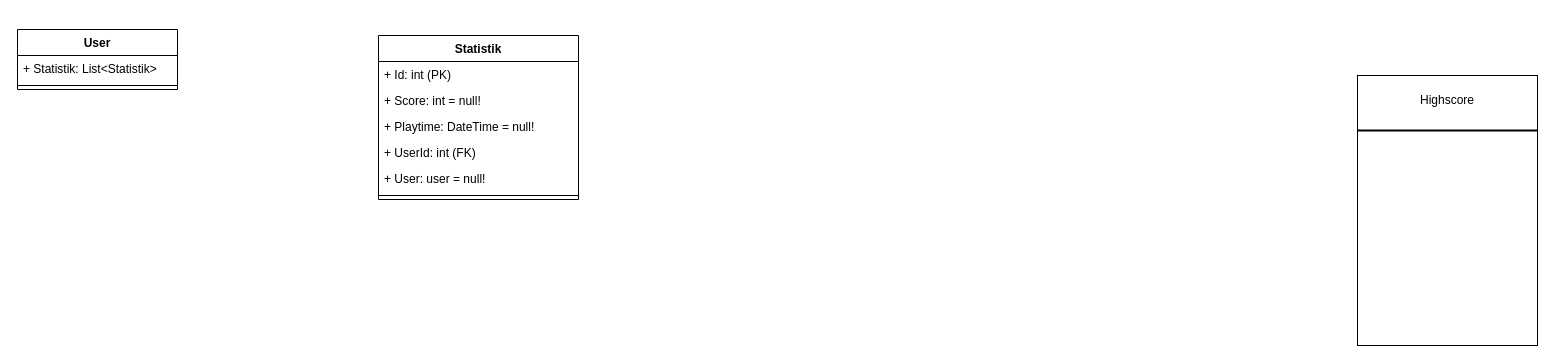
The draw.io diagram Doppelt_UML.drawio in BaranAlg/Multitool-Project, before the edit. Source tidied: cells renumbered, new cells numbered last; positions are measured from the earlier drawing's top-left corner, leaving out a move shared by most shapes. Both pictures are drawn from the tidied source at 100%, with x=0, y=0 at pixel (17, 29).
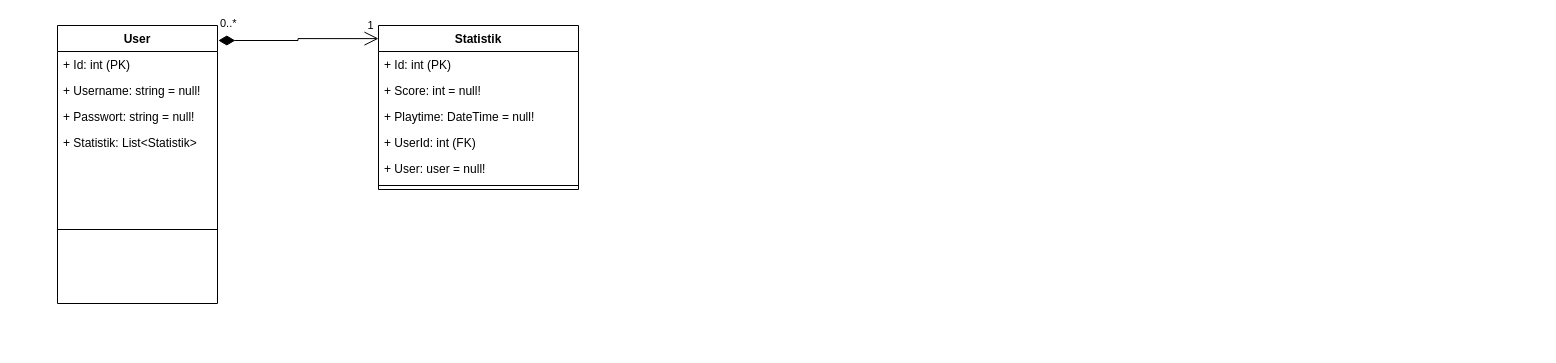
After the change.

Diff of the diagram source:
```diff
@@
 <mxGraphModel>
   <root>
     <mxCell id="0" />
     <mxCell id="1" parent="0" />
-    <mxCell id="2" style="rounded=0;whiteSpace=wrap;html=1;" parent="1" vertex="1">
-      <mxGeometry x="1340" y="46" width="180" height="270" as="geometry" />
-    </mxCell>
-    <mxCell id="3" value="Highscore" style="text;strokeColor=none;align=center;fillColor=none;html=1;verticalAlign=middle;whiteSpace=wrap;rounded=0;" parent="1" vertex="1">
-      <mxGeometry x="1400" y="56" width="60" height="30" as="geometry" />
-    </mxCell>
-    <mxCell id="4" style="line;strokeWidth=2;html=1;" parent="1" vertex="1">
-      <mxGeometry x="1340" y="96" width="180" height="10" as="geometry" />
-    </mxCell>
     <mxCell id="5" value="Statistik" style="swimlane;fontStyle=1;align=center;verticalAlign=top;horizontal=1;startSize=26;whiteSpace=wrap;html=1;" parent="1" vertex="1">
-      <mxGeometry x="361" y="6" width="200" height="164" as="geometry" />
+      <mxGeometry x="361" y="-4" width="200" height="164" as="geometry" />
     </mxCell>
     <mxCell id="6" value="+ Id: int (PK)" style="text;strokeColor=none;fillColor=none;align=left;verticalAlign=top;spacingLeft=4;spacingRight=4;overflow=hidden;whiteSpace=wrap;html=1;" parent="5" vertex="1">
       <mxGeometry y="26" width="200" height="26" as="geometry" />
     </mxCell>
     <mxCell id="7" value="+ Score: int = null!" style="text;strokeColor=none;fillColor=none;align=left;verticalAlign=top;spacingLeft=4;spacingRight=4;overflow=hidden;whiteSpace=wrap;html=1;" parent="5" vertex="1">
       <mxGeometry y="52" width="200" height="26" as="geometry" />
     </mxCell>
     <mxCell id="8" value="+ Playtime: DateTime = null!" style="text;strokeColor=none;fillColor=none;align=left;verticalAlign=top;spacingLeft=4;spacingRight=4;overflow=hidden;whiteSpace=wrap;html=1;" parent="5" vertex="1">
       <mxGeometry y="78" width="200" height="26" as="geometry" />
     </mxCell>
     <mxCell id="9" value="+ UserId: int (FK)" style="text;strokeColor=none;fillColor=none;align=left;verticalAlign=top;spacingLeft=4;spacingRight=4;overflow=hidden;whiteSpace=wrap;html=1;" parent="5" vertex="1">
       <mxGeometry y="104" width="200" height="26" as="geometry" />
     </mxCell>
     <mxCell id="10" value="+ User: user = null!" style="text;strokeColor=none;fillColor=none;align=left;verticalAlign=top;spacingLeft=4;spacingRight=4;overflow=hidden;whiteSpace=wrap;html=1;" parent="5" vertex="1">
       <mxGeometry y="130" width="200" height="26" as="geometry" />
     </mxCell>
     <mxCell id="11" style="line;strokeWidth=1;fillColor=none;align=left;verticalAlign=middle;spacingTop=-1;spacingLeft=3;spacingRight=3;labelPosition=right;strokeColor=inherit;" parent="5" vertex="1">
       <mxGeometry y="156" width="200" height="8" as="geometry" />
     </mxCell>
     <mxCell id="12" value="User" style="swimlane;fontStyle=1;align=center;verticalAlign=top;horizontal=1;startSize=26;whiteSpace=wrap;html=1;" parent="1" vertex="1">
-      <mxGeometry width="160" height="60" as="geometry" />
+      <mxGeometry x="40" y="-4" width="160" height="278" as="geometry" />
     </mxCell>
+    <mxCell id="15" value="+ Id: int (PK)" style="text;strokeColor=none;fillColor=none;align=left;verticalAlign=top;spacingLeft=4;spacingRight=4;overflow=hidden;whiteSpace=wrap;html=1;" parent="12" vertex="1">
+      <mxGeometry y="26" width="160" height="26" as="geometry" />
+    </mxCell>
+    <mxCell id="16" value="&lt;div&gt;+ Username: string = null!&lt;/div&gt;" style="text;strokeColor=none;fillColor=none;align=left;verticalAlign=top;spacingLeft=4;spacingRight=4;overflow=hidden;whiteSpace=wrap;html=1;" parent="12" vertex="1">
+      <mxGeometry y="52" width="160" height="26" as="geometry" />
+    </mxCell>
-    <mxCell id="13" value="+ Statistik: List&amp;lt;Statistik&amp;gt;" style="text;strokeColor=none;fillColor=none;align=left;verticalAlign=top;spacingLeft=4;spacingRight=4;overflow=hidden;whiteSpace=wrap;html=1;" parent="12" vertex="1">
-      <mxGeometry y="26" width="160" height="26" as="geometry" />
+    <mxCell id="13" value="&lt;div&gt;+ Passwort: string = null!&lt;/div&gt;" style="text;strokeColor=none;fillColor=none;align=left;verticalAlign=top;spacingLeft=4;spacingRight=4;overflow=hidden;whiteSpace=wrap;html=1;" parent="12" vertex="1">
+      <mxGeometry y="78" width="160" height="26" as="geometry" />
     </mxCell>
+    <mxCell id="17" value="+ Statistik: List&amp;lt;Statistik&amp;gt;&lt;div&gt;&lt;br&gt;&lt;/div&gt;&lt;div&gt;&lt;br&gt;&lt;/div&gt;" style="text;strokeColor=none;fillColor=none;align=left;verticalAlign=top;spacingLeft=4;spacingRight=4;overflow=hidden;whiteSpace=wrap;html=1;" parent="12" vertex="1">
+      <mxGeometry y="104" width="160" height="26" as="geometry" />
+    </mxCell>
     <mxCell id="14" style="line;strokeWidth=1;fillColor=none;align=left;verticalAlign=middle;spacingTop=-1;spacingLeft=3;spacingRight=3;labelPosition=right;strokeColor=inherit;" parent="12" vertex="1">
-      <mxGeometry y="52" width="160" height="8" as="geometry" />
+      <mxGeometry y="130" width="160" height="148" as="geometry" />
     </mxCell>
+    <mxCell id="18" value="0..*" style="endArrow=open;html=1;endSize=12;startArrow=diamondThin;startSize=14;startFill=1;edgeStyle=orthogonalEdgeStyle;align=left;verticalAlign=bottom;rounded=0;entryX=0;entryY=0.08;entryDx=0;entryDy=0;exitX=1.005;exitY=0.054;exitDx=0;exitDy=0;exitPerimeter=0;entryPerimeter=0;" parent="1" edge="1" source="12" target="5">
+      <mxGeometry x="-1" y="8" relative="1" as="geometry" />
+    </mxCell>
+    <mxCell id="19" value="1" style="edgeLabel;html=1;align=center;verticalAlign=middle;" parent="18" vertex="1">
+      <mxGeometry x="0.85" y="1" relative="1" as="geometry">
+        <mxPoint x="4" y="-13" as="offset" />
+      </mxGeometry>
+    </mxCell>
   </root>
 </mxGraphModel>
```
